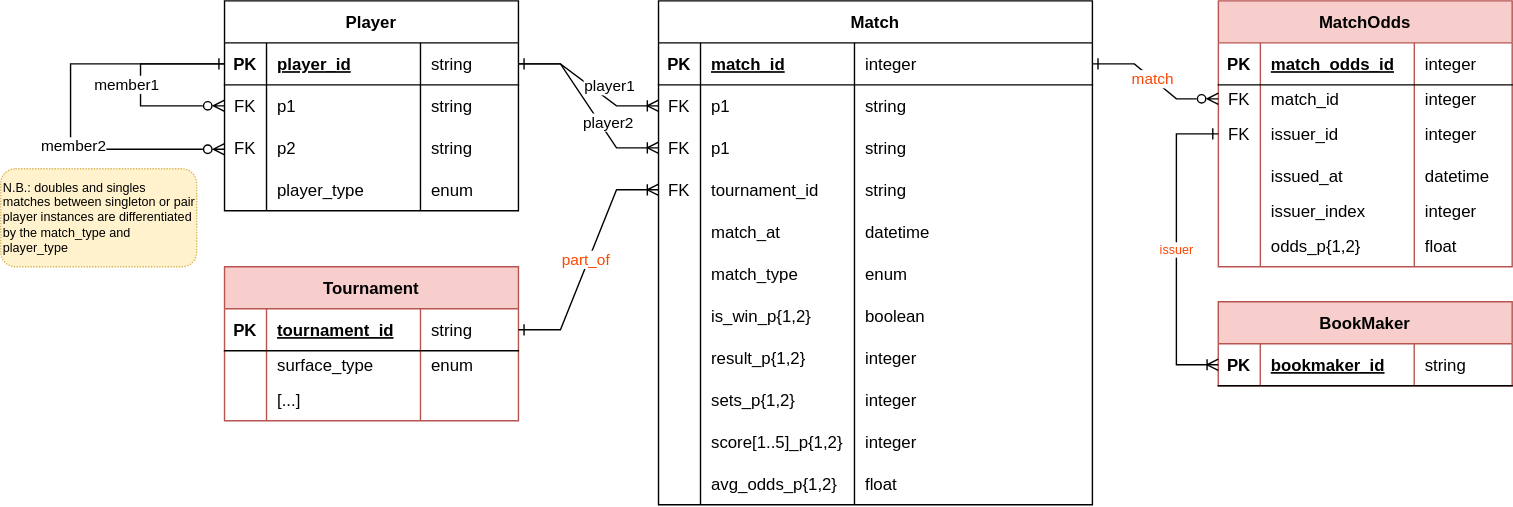
Earlier version of the draw.io export doc/_static/erd.tennisexplorer.com.drawio.svg (mbhynes/seeder). Source tidied: cells renumbered, new cells last; positions are measured from the earlier drawing's top-left corner, leaving out a move shared by most shapes.
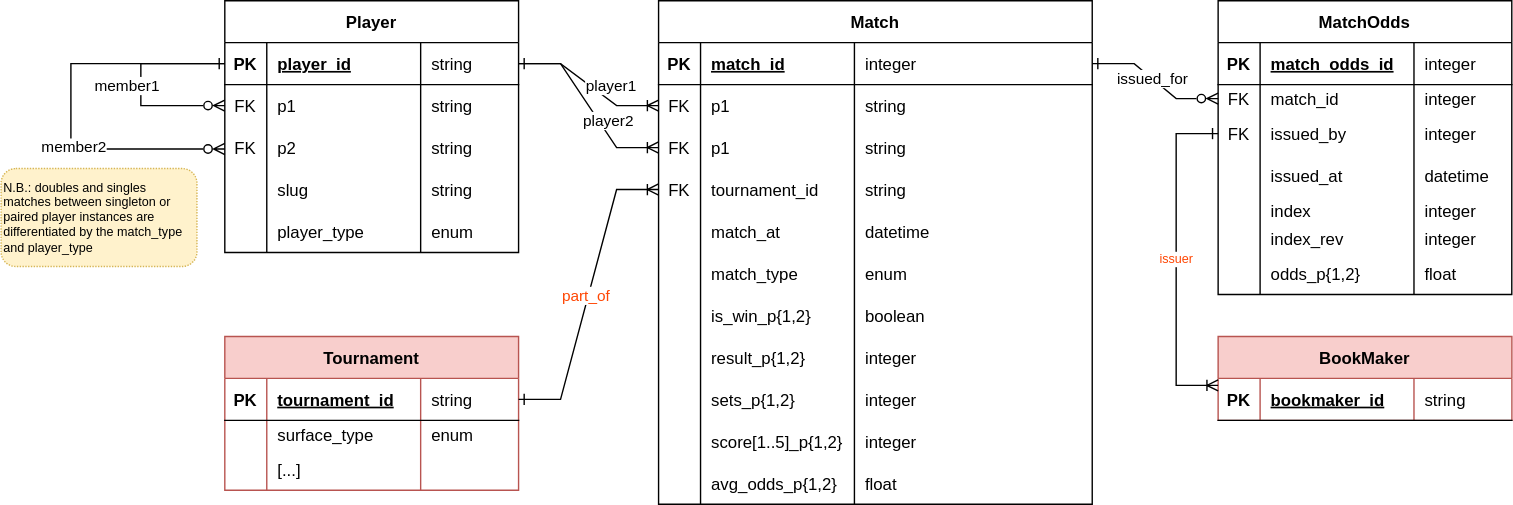
The same diagram one commit later.

What changed in the source:
```diff
@@ -146,7 +146,7 @@
       <mxGeometry x="140" width="170" height="30" as="geometry" />
     </mxCell>
     <mxCell id="49" value="Tournament" style="shape=table;startSize=30;rowLines=0;fontStyle=1;align=center;fillColor=#f8cecc;strokeColor=#b85450;" parent="1" vertex="1">
-      <mxGeometry x="159.9" y="190" width="210" height="110" as="geometry" />
+      <mxGeometry x="159.9" y="240" width="210" height="110" as="geometry" />
     </mxCell>
     <mxCell id="50" style="shape=partialRectangle;fillColor=none;points=[[0,0.5],[1,0.5]];portConstraint=eastwest;top=0;left=0;right=0;bottom=1;" parent="49" vertex="1">
       <mxGeometry y="30" width="210" height="30" as="geometry" />
@@ -185,7 +185,7 @@
       <mxGeometry x="140" width="70" height="30" as="geometry" />
     </mxCell>
     <mxCell id="62" value="Player" style="shape=table;startSize=30;rowLines=0;fontStyle=1;align=center;" parent="1" vertex="1">
-      <mxGeometry x="159.9" width="210" height="150" as="geometry" />
+      <mxGeometry x="159.9" width="210" height="180" as="geometry" />
     </mxCell>
     <mxCell id="63" style="shape=partialRectangle;fillColor=none;points=[[0,0.5],[1,0.5]];portConstraint=eastwest;top=0;left=0;right=0;bottom=1;" parent="62" vertex="1">
       <mxGeometry y="30" width="210" height="30" as="geometry" />
@@ -223,8 +223,20 @@
     <mxCell id="74" value="string" style="shape=partialRectangle;overflow=hidden;fillColor=none;top=0;left=0;bottom=0;right=0;align=left;spacingLeft=6;" parent="71" vertex="1">
       <mxGeometry x="140" width="70" height="30" as="geometry" />
     </mxCell>
+    <mxCell id="121" style="shape=partialRectangle;fillColor=none;top=0;left=0;right=0;bottom=0;" parent="62" vertex="1">
+      <mxGeometry y="120" width="210" height="30" as="geometry" />
+    </mxCell>
+    <mxCell id="122" style="shape=partialRectangle;overflow=hidden;fillColor=none;top=0;left=0;bottom=0;right=0;" parent="121" vertex="1">
+      <mxGeometry width="30" height="30" as="geometry" />
+    </mxCell>
+    <mxCell id="123" value="slug" style="shape=partialRectangle;overflow=hidden;fillColor=none;top=0;left=0;bottom=0;right=0;align=left;spacingLeft=6;" parent="121" vertex="1">
+      <mxGeometry x="30" width="110" height="30" as="geometry" />
+    </mxCell>
+    <mxCell id="124" value="string" style="shape=partialRectangle;overflow=hidden;fillColor=none;top=0;left=0;bottom=0;right=0;align=left;spacingLeft=6;" parent="121" vertex="1">
+      <mxGeometry x="140" width="70" height="30" as="geometry" />
+    </mxCell>
     <mxCell id="75" style="shape=partialRectangle;fillColor=none;top=0;left=0;right=0;bottom=0;" parent="62" vertex="1">
-      <mxGeometry y="120" width="210" height="30" as="geometry" />
+      <mxGeometry y="150" width="210" height="30" as="geometry" />
     </mxCell>
     <mxCell id="76" style="shape=partialRectangle;overflow=hidden;fillColor=none;top=0;left=0;bottom=0;right=0;" parent="75" vertex="1">
       <mxGeometry width="30" height="30" as="geometry" />
@@ -274,8 +286,8 @@
     <mxCell id="86" value="part_of" style="edgeLabel;html=1;align=center;verticalAlign=middle;fontColor=#FF4603;" parent="85" vertex="1">
       <mxGeometry y="2" relative="1" as="geometry" />
     </mxCell>
-    <mxCell id="87" value="MatchOdds" style="shape=table;startSize=30;rowLines=0;fontStyle=1;align=center;fillColor=#f8cecc;strokeColor=#b85450;" parent="1" vertex="1">
-      <mxGeometry x="870" width="209.9" height="190" as="geometry" />
+    <mxCell id="87" value="MatchOdds" style="shape=table;startSize=30;rowLines=0;fontStyle=1;align=center;" parent="1" vertex="1">
+      <mxGeometry x="870" width="209.9" height="210" as="geometry" />
     </mxCell>
     <mxCell id="88" style="shape=partialRectangle;fillColor=none;top=0;left=0;right=0;bottom=1;" parent="87" vertex="1">
       <mxGeometry y="30" width="209.9" height="30" as="geometry" />
@@ -307,7 +319,7 @@
     <mxCell id="97" value="FK" style="shape=partialRectangle;overflow=hidden;fillColor=none;top=0;left=0;bottom=0;right=0;" parent="96" vertex="1">
       <mxGeometry width="30" height="30" as="geometry" />
     </mxCell>
-    <mxCell id="98" value="issuer_id" style="shape=partialRectangle;overflow=hidden;fillColor=none;top=0;left=0;bottom=0;right=0;align=left;spacingLeft=6;" parent="96" vertex="1">
+    <mxCell id="98" value="issued_by" style="shape=partialRectangle;overflow=hidden;fillColor=none;top=0;left=0;bottom=0;right=0;align=left;spacingLeft=6;" parent="96" vertex="1">
       <mxGeometry x="30" width="110" height="30" as="geometry" />
     </mxCell>
     <mxCell id="99" value="integer" style="shape=partialRectangle;overflow=hidden;fillColor=none;top=0;left=0;bottom=0;right=0;align=left;spacingLeft=6;" parent="96" vertex="1">
@@ -331,14 +343,26 @@
     <mxCell id="105" style="shape=partialRectangle;overflow=hidden;fillColor=none;top=0;left=0;bottom=0;right=0;" parent="104" vertex="1">
       <mxGeometry width="30" height="20" as="geometry" />
     </mxCell>
-    <mxCell id="106" value="issuer_index" style="shape=partialRectangle;overflow=hidden;fillColor=none;top=0;left=0;bottom=0;right=0;align=left;spacingLeft=6;" parent="104" vertex="1">
+    <mxCell id="106" value="index" style="shape=partialRectangle;overflow=hidden;fillColor=none;top=0;left=0;bottom=0;right=0;align=left;spacingLeft=6;" parent="104" vertex="1">
       <mxGeometry x="30" width="110" height="20" as="geometry" />
     </mxCell>
     <mxCell id="107" value="integer" style="shape=partialRectangle;overflow=hidden;fillColor=none;top=0;left=0;bottom=0;right=0;align=left;spacingLeft=6;" parent="104" vertex="1">
       <mxGeometry x="140" width="69.9" height="20" as="geometry" />
     </mxCell>
+    <mxCell id="125" style="shape=partialRectangle;fillColor=none;top=0;left=0;right=0;bottom=0;" parent="87" vertex="1">
+      <mxGeometry y="160" width="209.9" height="20" as="geometry" />
+    </mxCell>
+    <mxCell id="126" style="shape=partialRectangle;overflow=hidden;fillColor=none;top=0;left=0;bottom=0;right=0;" parent="125" vertex="1">
+      <mxGeometry width="30" height="20" as="geometry" />
+    </mxCell>
+    <mxCell id="127" value="index_rev" style="shape=partialRectangle;overflow=hidden;fillColor=none;top=0;left=0;bottom=0;right=0;align=left;spacingLeft=6;" parent="125" vertex="1">
+      <mxGeometry x="30" width="110" height="20" as="geometry" />
+    </mxCell>
+    <mxCell id="128" value="integer" style="shape=partialRectangle;overflow=hidden;fillColor=none;top=0;left=0;bottom=0;right=0;align=left;spacingLeft=6;" parent="125" vertex="1">
+      <mxGeometry x="140" width="69.9" height="20" as="geometry" />
+    </mxCell>
     <mxCell id="108" style="shape=partialRectangle;fillColor=none;top=0;left=0;right=0;bottom=0;" parent="87" vertex="1">
-      <mxGeometry y="160" width="209.9" height="30" as="geometry" />
+      <mxGeometry y="180" width="209.9" height="30" as="geometry" />
     </mxCell>
     <mxCell id="109" style="shape=partialRectangle;overflow=hidden;fillColor=none;top=0;left=0;bottom=0;right=0;" parent="108" vertex="1">
       <mxGeometry width="30" height="30" as="geometry" />
@@ -350,7 +374,7 @@
       <mxGeometry x="140" width="69.9" height="30" as="geometry" />
     </mxCell>
     <mxCell id="112" value="BookMaker" style="shape=table;startSize=30;rowLines=0;fontStyle=1;align=center;fillColor=#f8cecc;strokeColor=#b85450;" parent="1" vertex="1">
-      <mxGeometry x="869.9" y="215" width="210" height="60" as="geometry" />
+      <mxGeometry x="870" y="240" width="210" height="60" as="geometry" />
     </mxCell>
     <mxCell id="113" style="shape=partialRectangle;fillColor=none;points=[[0,0.5],[1,0.5]];portConstraint=eastwest;top=0;left=0;right=0;bottom=1;" parent="112" vertex="1">
       <mxGeometry y="30" width="210" height="30" as="geometry" />
@@ -367,17 +391,18 @@
     <mxCell id="117" style="edgeStyle=entityRelationEdgeStyle;rounded=0;jettySize=auto;html=1;fontColor=#000000;startArrow=ERone;startFill=0;endArrow=ERzeroToMany;endFill=0;exitX=1;exitY=0.5;exitDx=0;exitDy=0;" parent="1" edge="1" source="5" target="92">
       <mxGeometry relative="1" as="geometry" />
     </mxCell>
-    <mxCell id="118" value="match" style="edgeLabel;html=1;align=center;verticalAlign=middle;fontColor=#FF4603;" parent="117" vertex="1">
+    <mxCell id="118" value="issued_for" style="edgeLabel;html=1;align=center;verticalAlign=middle;fontColor=default;" parent="117" vertex="1">
       <mxGeometry x="-0.07" relative="1" as="geometry" />
     </mxCell>
-    <mxCell id="119" value="N.B.: doubles and singles matches between singleton or pair player instances are differentiated by the match_type and player_type" style="rounded=1;whiteSpace=wrap;html=1;dashed=1;dashPattern=1 1;fillColor=#fff2cc;strokeColor=#d6b656;align=left;fontSize=9;" parent="1" vertex="1">
+    <mxCell id="119" value="N.B.: doubles and singles matches between singleton or paired player instances are differentiated by the match_type and player_type" style="rounded=1;whiteSpace=wrap;html=1;dashed=1;dashPattern=1 1;fillColor=#fff2cc;strokeColor=#d6b656;align=left;fontSize=9;" parent="1" vertex="1">
       <mxGeometry y="120" width="140" height="70" as="geometry" />
     </mxCell>
-    <mxCell id="120" value="&lt;font color=&quot;#ff4603&quot;&gt;issuer&lt;/font&gt;" style="edgeStyle=orthogonalEdgeStyle;rounded=0;jettySize=auto;html=1;exitX=0;exitY=0.5;exitDx=0;exitDy=0;fontSize=9;fontColor=#000000;startArrow=ERone;startFill=0;endArrow=ERoneToMany;endFill=0;entryX=0;entryY=0.5;entryDx=0;entryDy=0;" parent="1" edge="1" source="96" target="113">
+    <mxCell id="120" value="&lt;font color=&quot;#ff4603&quot;&gt;issuer&lt;/font&gt;" style="edgeStyle=orthogonalEdgeStyle;rounded=0;jettySize=auto;html=1;exitX=0;exitY=0.5;exitDx=0;exitDy=0;fontSize=9;fontColor=#000000;startArrow=ERone;startFill=0;endArrow=ERoneToMany;endFill=0;entryX=0;entryY=0.5;entryDx=0;entryDy=0;" parent="1" edge="1" source="96">
       <mxGeometry relative="1" as="geometry">
+        <mxPoint x="870" y="275" as="targetPoint" />
         <Array as="points">
           <mxPoint x="840" y="95" />
-          <mxPoint x="840" y="260" />
+          <mxPoint x="840" y="275" />
         </Array>
       </mxGeometry>
     </mxCell>
```
